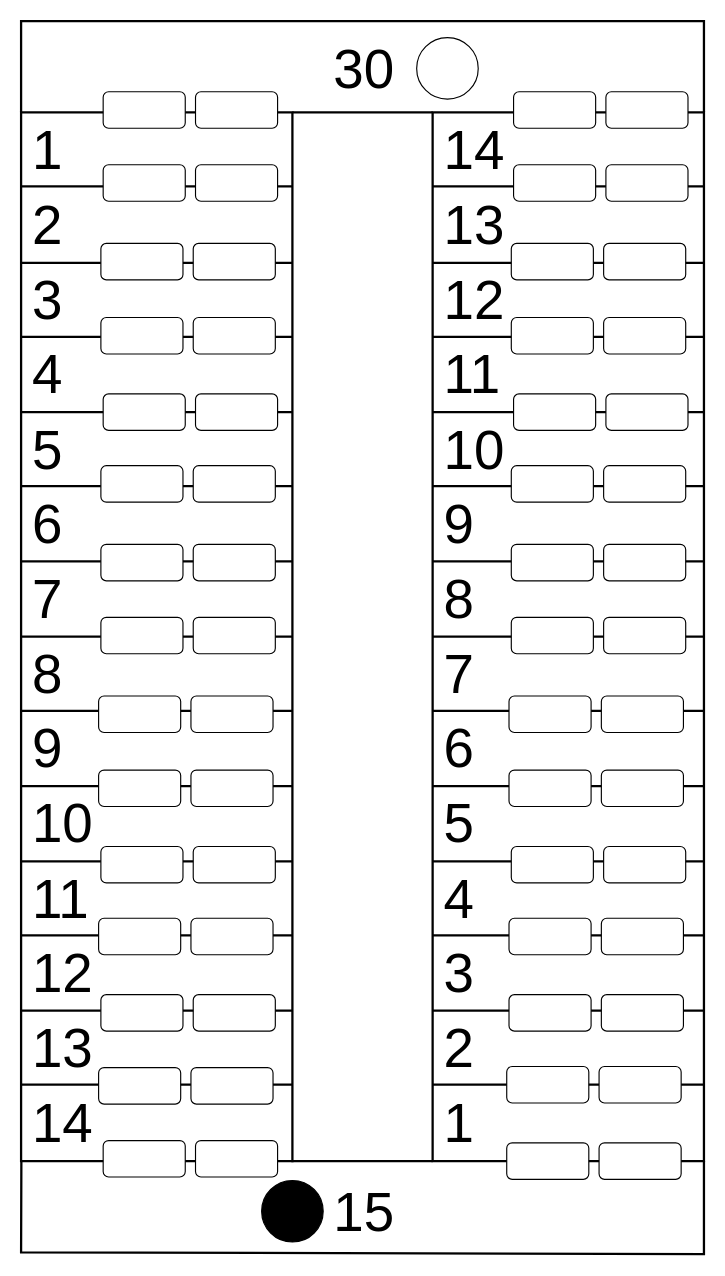
The draw.io diagram page "A REAL MONTH" (1 of 26) of pentasys-calendar-format-1.drawio in appsparkler/draw.io, before the edit. Source tidied: cells renumbered, new cells numbered last; positions are measured from the earlier drawing's top-left corner, leaving out a move shared by most shapes. Both pictures are drawn from the tidied source at 114%, with x=0, y=0 at pixel (21, 21).
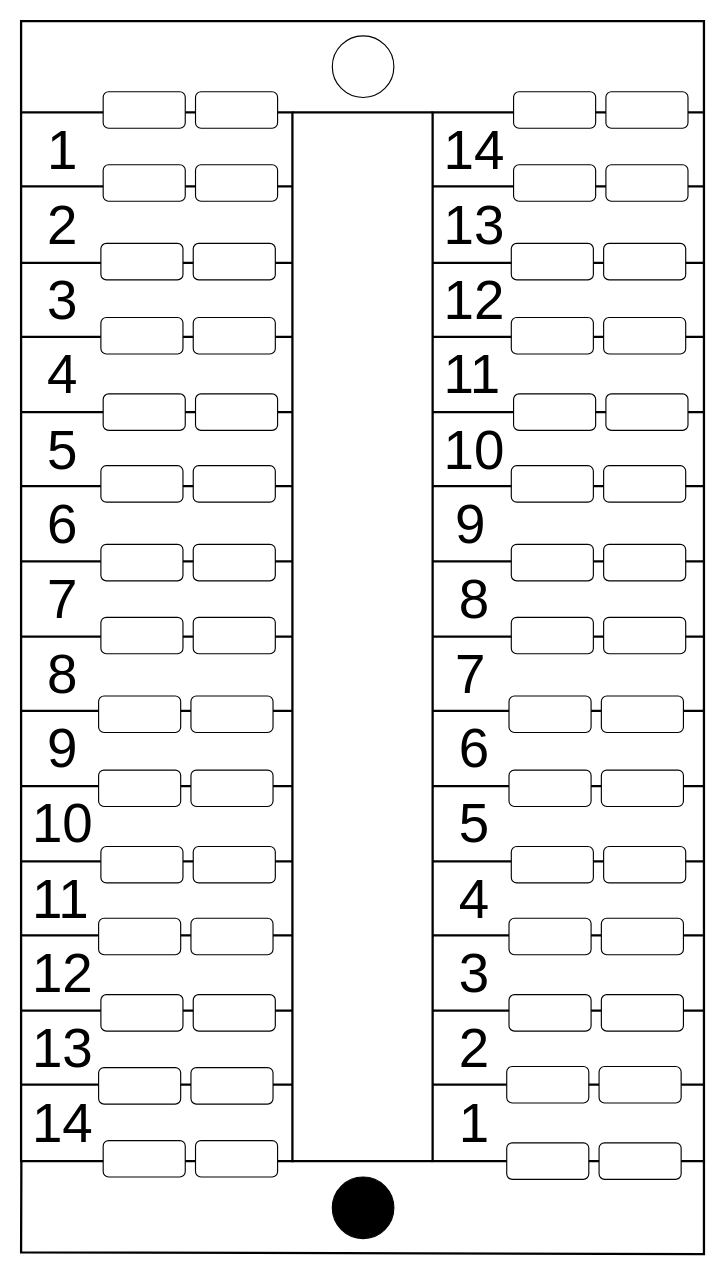
Above is the later version.

Unchanged cells that the change refers to:
```xml
<mxCell id="3" style="shape=tableRow;horizontal=0;startSize=0;swimlaneHead=0;swimlaneBody=0;strokeColor=inherit;top=0;left=0;bottom=0;right=0;fillColor=none;points=[[0,0.5],[1,0.5]];portConstraint=eastwest;fixedHeader=1;" parent="2" vertex="1">
  <mxGeometry width="238" height="65" as="geometry" />
</mxCell>
<mxCell id="5" style="shape=tableRow;horizontal=0;startSize=0;swimlaneHead=0;swimlaneBody=0;strokeColor=inherit;top=0;left=0;bottom=0;right=0;fillColor=none;fixedHeader=1;" parent="2" vertex="1">
  <mxGeometry y="65" width="238" height="67" as="geometry" />
</mxCell>
<mxCell id="7" style="shape=tableRow;horizontal=0;startSize=0;swimlaneHead=0;swimlaneBody=0;strokeColor=inherit;top=0;left=0;bottom=0;right=0;fillColor=none;fixedHeader=1;" parent="2" vertex="1">
  <mxGeometry y="132" width="238" height="65" as="geometry" />
</mxCell>
<mxCell id="9" style="shape=tableRow;horizontal=0;startSize=0;swimlaneHead=0;swimlaneBody=0;strokeColor=inherit;top=0;left=0;bottom=0;right=0;fillColor=none;fixedHeader=1;" parent="2" vertex="1">
  <mxGeometry y="197" width="238" height="66" as="geometry" />
</mxCell>
<mxCell id="11" style="shape=tableRow;horizontal=0;startSize=0;swimlaneHead=0;swimlaneBody=0;strokeColor=inherit;top=0;left=0;bottom=0;right=0;fillColor=none;fixedHeader=1;" parent="2" vertex="1">
  <mxGeometry y="263" width="238" height="65" as="geometry" />
</mxCell>
<mxCell id="13" style="shape=tableRow;horizontal=0;startSize=0;swimlaneHead=0;swimlaneBody=0;strokeColor=inherit;top=0;left=0;bottom=0;right=0;fillColor=none;fixedHeader=1;" parent="2" vertex="1">
  <mxGeometry y="328" width="238" height="66" as="geometry" />
</mxCell>
<mxCell id="15" style="shape=tableRow;horizontal=0;startSize=0;swimlaneHead=0;swimlaneBody=0;strokeColor=inherit;top=0;left=0;bottom=0;right=0;fillColor=none;fixedHeader=1;" parent="2" vertex="1">
  <mxGeometry y="394" width="238" height="66" as="geometry" />
</mxCell>
<mxCell id="17" style="shape=tableRow;horizontal=0;startSize=0;swimlaneHead=0;swimlaneBody=0;strokeColor=inherit;top=0;left=0;bottom=0;right=0;fillColor=none;fixedHeader=1;" parent="2" vertex="1">
  <mxGeometry y="460" width="238" height="65" as="geometry" />
</mxCell>
<mxCell id="19" style="shape=tableRow;horizontal=0;startSize=0;swimlaneHead=0;swimlaneBody=0;strokeColor=inherit;top=0;left=0;bottom=0;right=0;fillColor=none;fixedHeader=1;" parent="2" vertex="1">
  <mxGeometry y="525" width="238" height="66" as="geometry" />
</mxCell>
<mxCell id="42" style="shape=tableRow;horizontal=0;startSize=0;swimlaneHead=0;swimlaneBody=0;strokeColor=inherit;top=0;left=0;bottom=0;right=0;fillColor=none;fixedHeader=1;" parent="31" vertex="1">
  <mxGeometry y="328" width="238" height="66" as="geometry" />
</mxCell>
<mxCell id="44" style="shape=tableRow;horizontal=0;startSize=0;swimlaneHead=0;swimlaneBody=0;strokeColor=inherit;top=0;left=0;bottom=0;right=0;fillColor=none;fixedHeader=1;" parent="31" vertex="1">
  <mxGeometry y="394" width="238" height="66" as="geometry" />
</mxCell>
<mxCell id="46" style="shape=tableRow;horizontal=0;startSize=0;swimlaneHead=0;swimlaneBody=0;strokeColor=inherit;top=0;left=0;bottom=0;right=0;fillColor=none;fixedHeader=1;" parent="31" vertex="1">
  <mxGeometry y="460" width="238" height="65" as="geometry" />
</mxCell>
<mxCell id="48" style="shape=tableRow;horizontal=0;startSize=0;swimlaneHead=0;swimlaneBody=0;strokeColor=inherit;top=0;left=0;bottom=0;right=0;fillColor=none;fixedHeader=1;" parent="31" vertex="1">
  <mxGeometry y="525" width="238" height="66" as="geometry" />
</mxCell>
<mxCell id="50" style="shape=tableRow;horizontal=0;startSize=0;swimlaneHead=0;swimlaneBody=0;strokeColor=inherit;top=0;left=0;bottom=0;right=0;fillColor=none;fixedHeader=1;" parent="31" vertex="1">
  <mxGeometry y="591" width="238" height="66" as="geometry" />
</mxCell>
<mxCell id="52" style="shape=tableRow;horizontal=0;startSize=0;swimlaneHead=0;swimlaneBody=0;strokeColor=inherit;top=0;left=0;bottom=0;right=0;fillColor=none;fixedHeader=1;" parent="31" vertex="1">
  <mxGeometry y="657" width="238" height="65" as="geometry" />
</mxCell>
<mxCell id="54" style="shape=tableRow;horizontal=0;startSize=0;swimlaneHead=0;swimlaneBody=0;strokeColor=inherit;top=0;left=0;bottom=0;right=0;fillColor=none;fixedHeader=1;" parent="31" vertex="1">
  <mxGeometry y="722" width="238" height="66" as="geometry" />
</mxCell>
<mxCell id="56" style="shape=tableRow;horizontal=0;startSize=0;swimlaneHead=0;swimlaneBody=0;strokeColor=inherit;top=0;left=0;bottom=0;right=0;fillColor=none;fixedHeader=1;" parent="31" vertex="1">
  <mxGeometry y="788" width="238" height="65" as="geometry" />
</mxCell>
<mxCell id="58" style="shape=tableRow;horizontal=0;startSize=0;swimlaneHead=0;swimlaneBody=0;strokeColor=inherit;top=0;left=0;bottom=0;right=0;fillColor=none;fixedHeader=1;" parent="31" vertex="1">
  <mxGeometry y="853" width="238" height="67" as="geometry" />
</mxCell>
```

Diff of the diagram source:
```diff
@@
-    <mxCell id="4" value="&lt;div&gt;&lt;font style=&quot;font-size: 48px;&quot; face=&quot;Calistoga&quot;&gt;1&lt;/font&gt;&lt;/div&gt;" style="shape=partialRectangle;html=1;whiteSpace=wrap;strokeColor=inherit;overflow=hidden;fillColor=none;top=0;left=0;bottom=0;right=0;align=left;spacingLeft=8;" parent="3" vertex="1">
+    <mxCell id="4" value="&lt;div&gt;&lt;font style=&quot;font-size: 48px;&quot; face=&quot;Calistoga&quot;&gt;&amp;nbsp;1&lt;/font&gt;&lt;/div&gt;" style="shape=partialRectangle;html=1;whiteSpace=wrap;strokeColor=inherit;overflow=hidden;fillColor=none;top=0;left=0;bottom=0;right=0;align=left;spacingLeft=8;" parent="3" vertex="1">
       <mxGeometry width="238" height="65" as="geometry" />
     </mxCell>
@@
-    <mxCell id="6" value="&lt;div&gt;&lt;font style=&quot;font-size: 48px;&quot; face=&quot;Calistoga&quot;&gt;2&lt;/font&gt;&lt;/div&gt;" style="shape=partialRectangle;html=1;whiteSpace=wrap;strokeColor=inherit;overflow=hidden;fillColor=none;top=0;left=0;bottom=0;right=0;spacingLeft=8;align=left;" parent="5" vertex="1">
+    <mxCell id="6" value="&lt;div&gt;&lt;font style=&quot;font-size: 48px;&quot; face=&quot;Calistoga&quot;&gt;&amp;nbsp;2&lt;/font&gt;&lt;/div&gt;" style="shape=partialRectangle;html=1;whiteSpace=wrap;strokeColor=inherit;overflow=hidden;fillColor=none;top=0;left=0;bottom=0;right=0;spacingLeft=8;align=left;" parent="5" vertex="1">
       <mxGeometry width="238" height="67" as="geometry" />
     </mxCell>
@@
-    <mxCell id="8" value="&lt;div&gt;&lt;font style=&quot;font-size: 48px;&quot; face=&quot;Calistoga&quot;&gt;3&lt;/font&gt;&lt;/div&gt;" style="shape=partialRectangle;html=1;whiteSpace=wrap;strokeColor=inherit;overflow=hidden;fillColor=none;top=0;left=0;bottom=0;right=0;spacingLeft=8;align=left;" parent="7" vertex="1">
+    <mxCell id="8" value="&lt;div&gt;&lt;font style=&quot;font-size: 48px;&quot; face=&quot;Calistoga&quot;&gt;&amp;nbsp;3&lt;/font&gt;&lt;/div&gt;" style="shape=partialRectangle;html=1;whiteSpace=wrap;strokeColor=inherit;overflow=hidden;fillColor=none;top=0;left=0;bottom=0;right=0;spacingLeft=8;align=left;" parent="7" vertex="1">
       <mxGeometry width="238" height="65" as="geometry" />
     </mxCell>
@@
-    <mxCell id="10" value="&lt;div&gt;&lt;font style=&quot;font-size: 48px;&quot; face=&quot;Calistoga&quot;&gt;4&lt;/font&gt;&lt;/div&gt;" style="shape=partialRectangle;html=1;whiteSpace=wrap;strokeColor=inherit;overflow=hidden;fillColor=none;top=0;left=0;bottom=0;right=0;align=left;fontFamily=Helvetica;fontSize=12;fontColor=default;fontStyle=0;verticalAlign=middle;spacingLeft=8;" parent="9" vertex="1">
+    <mxCell id="10" value="&lt;div&gt;&lt;font style=&quot;font-size: 48px;&quot; face=&quot;Calistoga&quot;&gt;&amp;nbsp;4&lt;/font&gt;&lt;/div&gt;" style="shape=partialRectangle;html=1;whiteSpace=wrap;strokeColor=inherit;overflow=hidden;fillColor=none;top=0;left=0;bottom=0;right=0;align=left;fontFamily=Helvetica;fontSize=12;fontColor=default;fontStyle=0;verticalAlign=middle;spacingLeft=8;" parent="9" vertex="1">
       <mxGeometry width="238" height="66" as="geometry" />
     </mxCell>
@@
-    <mxCell id="12" value="&lt;div&gt;&lt;font style=&quot;font-size: 48px;&quot; face=&quot;Calistoga&quot;&gt;5&lt;/font&gt;&lt;/div&gt;" style="shape=partialRectangle;html=1;whiteSpace=wrap;strokeColor=inherit;overflow=hidden;fillColor=none;top=0;left=0;bottom=0;right=0;align=left;fontFamily=Helvetica;fontSize=12;fontColor=default;fontStyle=0;verticalAlign=middle;spacingLeft=8;" parent="11" vertex="1">
+    <mxCell id="12" value="&lt;div&gt;&lt;font style=&quot;font-size: 48px;&quot; face=&quot;Calistoga&quot;&gt;&amp;nbsp;5&lt;/font&gt;&lt;/div&gt;" style="shape=partialRectangle;html=1;whiteSpace=wrap;strokeColor=inherit;overflow=hidden;fillColor=none;top=0;left=0;bottom=0;right=0;align=left;fontFamily=Helvetica;fontSize=12;fontColor=default;fontStyle=0;verticalAlign=middle;spacingLeft=8;" parent="11" vertex="1">
       <mxGeometry width="238" height="65" as="geometry" />
     </mxCell>
@@
-    <mxCell id="14" value="&lt;div&gt;&lt;font style=&quot;font-size: 48px;&quot; face=&quot;Calistoga&quot;&gt;6&lt;/font&gt;&lt;/div&gt;" style="shape=partialRectangle;html=1;whiteSpace=wrap;strokeColor=inherit;overflow=hidden;fillColor=none;top=0;left=0;bottom=0;right=0;align=left;fontFamily=Helvetica;fontSize=12;fontColor=default;fontStyle=0;verticalAlign=middle;spacingLeft=8;" parent="13" vertex="1">
+    <mxCell id="14" value="&lt;div&gt;&lt;font style=&quot;font-size: 48px;&quot; face=&quot;Calistoga&quot;&gt;&amp;nbsp;6&lt;/font&gt;&lt;/div&gt;" style="shape=partialRectangle;html=1;whiteSpace=wrap;strokeColor=inherit;overflow=hidden;fillColor=none;top=0;left=0;bottom=0;right=0;align=left;fontFamily=Helvetica;fontSize=12;fontColor=default;fontStyle=0;verticalAlign=middle;spacingLeft=8;" parent="13" vertex="1">
       <mxGeometry width="238" height="66" as="geometry" />
     </mxCell>
@@
-    <mxCell id="16" value="&lt;div&gt;&lt;font style=&quot;font-size: 48px;&quot; face=&quot;Calistoga&quot;&gt;7&lt;/font&gt;&lt;/div&gt;" style="shape=partialRectangle;html=1;whiteSpace=wrap;strokeColor=inherit;overflow=hidden;fillColor=none;top=0;left=0;bottom=0;right=0;align=left;fontFamily=Helvetica;fontSize=12;fontColor=default;fontStyle=0;verticalAlign=middle;spacingLeft=8;" parent="15" vertex="1">
+    <mxCell id="16" value="&lt;div&gt;&lt;font style=&quot;font-size: 48px;&quot; face=&quot;Calistoga&quot;&gt;&amp;nbsp;7&lt;/font&gt;&lt;/div&gt;" style="shape=partialRectangle;html=1;whiteSpace=wrap;strokeColor=inherit;overflow=hidden;fillColor=none;top=0;left=0;bottom=0;right=0;align=left;fontFamily=Helvetica;fontSize=12;fontColor=default;fontStyle=0;verticalAlign=middle;spacingLeft=8;" parent="15" vertex="1">
       <mxGeometry width="238" height="66" as="geometry" />
     </mxCell>
@@
-    <mxCell id="18" value="&lt;div&gt;&lt;font style=&quot;font-size: 48px;&quot; face=&quot;Calistoga&quot;&gt;8&lt;/font&gt;&lt;/div&gt;" style="shape=partialRectangle;html=1;whiteSpace=wrap;strokeColor=inherit;overflow=hidden;fillColor=none;top=0;left=0;bottom=0;right=0;align=left;fontFamily=Helvetica;fontSize=12;fontColor=default;fontStyle=0;verticalAlign=middle;spacingLeft=8;" parent="17" vertex="1">
+    <mxCell id="18" value="&lt;div&gt;&lt;font style=&quot;font-size: 48px;&quot; face=&quot;Calistoga&quot;&gt;&amp;nbsp;8&lt;/font&gt;&lt;/div&gt;" style="shape=partialRectangle;html=1;whiteSpace=wrap;strokeColor=inherit;overflow=hidden;fillColor=none;top=0;left=0;bottom=0;right=0;align=left;fontFamily=Helvetica;fontSize=12;fontColor=default;fontStyle=0;verticalAlign=middle;spacingLeft=8;" parent="17" vertex="1">
       <mxGeometry width="238" height="65" as="geometry" />
     </mxCell>
@@
-    <mxCell id="20" value="&lt;div&gt;&lt;font style=&quot;font-size: 48px;&quot; face=&quot;Calistoga&quot;&gt;9&lt;/font&gt;&lt;/div&gt;" style="shape=partialRectangle;html=1;whiteSpace=wrap;strokeColor=inherit;overflow=hidden;fillColor=none;top=0;left=0;bottom=0;right=0;align=left;fontFamily=Helvetica;fontSize=12;fontColor=default;fontStyle=0;verticalAlign=middle;spacingLeft=8;" parent="19" vertex="1">
+    <mxCell id="20" value="&lt;div&gt;&lt;font style=&quot;font-size: 48px;&quot; face=&quot;Calistoga&quot;&gt;&amp;nbsp;9&lt;/font&gt;&lt;/div&gt;" style="shape=partialRectangle;html=1;whiteSpace=wrap;strokeColor=inherit;overflow=hidden;fillColor=none;top=0;left=0;bottom=0;right=0;align=left;fontFamily=Helvetica;fontSize=12;fontColor=default;fontStyle=0;verticalAlign=middle;spacingLeft=8;" parent="19" vertex="1">
       <mxGeometry width="238" height="66" as="geometry" />
     </mxCell>
@@
-    <mxCell id="43" value="&lt;font style=&quot;font-size: 48px;&quot; face=&quot;Calistoga&quot;&gt;9&lt;/font&gt;" style="shape=partialRectangle;html=1;whiteSpace=wrap;strokeColor=inherit;overflow=hidden;fillColor=none;top=0;left=0;bottom=0;right=0;fontFamily=Helvetica;fontSize=12;fontColor=default;fontStyle=0;align=left;verticalAlign=middle;spacingLeft=8;" parent="42" vertex="1">
+    <mxCell id="43" value="&amp;nbsp; &amp;nbsp;&lt;font style=&quot;font-size: 48px;&quot; face=&quot;Calistoga&quot;&gt;9&lt;/font&gt;" style="shape=partialRectangle;html=1;whiteSpace=wrap;strokeColor=inherit;overflow=hidden;fillColor=none;top=0;left=0;bottom=0;right=0;fontFamily=Helvetica;fontSize=12;fontColor=default;fontStyle=0;align=left;verticalAlign=middle;spacingLeft=8;" parent="42" vertex="1">
       <mxGeometry width="238" height="66" as="geometry" />
     </mxCell>
@@
-    <mxCell id="45" value="&lt;div&gt;&lt;font style=&quot;font-size: 48px;&quot; face=&quot;Calistoga&quot;&gt;8&lt;/font&gt;&lt;/div&gt;" style="shape=partialRectangle;html=1;whiteSpace=wrap;strokeColor=inherit;overflow=hidden;fillColor=none;top=0;left=0;bottom=0;right=0;fontFamily=Helvetica;fontSize=12;fontColor=default;fontStyle=0;align=left;verticalAlign=middle;spacingLeft=8;" parent="44" vertex="1">
+    <mxCell id="45" value="&lt;div&gt;&lt;font style=&quot;font-size: 48px;&quot; face=&quot;Calistoga&quot;&gt;&amp;nbsp;8&lt;/font&gt;&lt;/div&gt;" style="shape=partialRectangle;html=1;whiteSpace=wrap;strokeColor=inherit;overflow=hidden;fillColor=none;top=0;left=0;bottom=0;right=0;fontFamily=Helvetica;fontSize=12;fontColor=default;fontStyle=0;align=left;verticalAlign=middle;spacingLeft=8;" parent="44" vertex="1">
       <mxGeometry width="238" height="66" as="geometry" />
     </mxCell>
@@
-    <mxCell id="47" value="&lt;font style=&quot;font-size: 48px;&quot; face=&quot;Calistoga&quot;&gt;7&lt;/font&gt;" style="shape=partialRectangle;html=1;whiteSpace=wrap;strokeColor=inherit;overflow=hidden;fillColor=none;top=0;left=0;bottom=0;right=0;fontFamily=Helvetica;fontSize=12;fontColor=default;fontStyle=0;align=left;verticalAlign=middle;spacingLeft=8;" parent="46" vertex="1">
+    <mxCell id="47" value="&amp;nbsp; &amp;nbsp;&lt;font style=&quot;font-size: 48px;&quot; face=&quot;Calistoga&quot;&gt;7&lt;/font&gt;" style="shape=partialRectangle;html=1;whiteSpace=wrap;strokeColor=inherit;overflow=hidden;fillColor=none;top=0;left=0;bottom=0;right=0;fontFamily=Helvetica;fontSize=12;fontColor=default;fontStyle=0;align=left;verticalAlign=middle;spacingLeft=8;" parent="46" vertex="1">
       <mxGeometry width="238" height="65" as="geometry" />
     </mxCell>
@@
-    <mxCell id="49" value="&lt;font style=&quot;font-size: 48px;&quot; face=&quot;Calistoga&quot;&gt;6&lt;/font&gt;" style="shape=partialRectangle;html=1;whiteSpace=wrap;strokeColor=inherit;overflow=hidden;fillColor=none;top=0;left=0;bottom=0;right=0;fontFamily=Helvetica;fontSize=12;fontColor=default;fontStyle=0;align=left;verticalAlign=middle;spacingLeft=8;" parent="48" vertex="1">
+    <mxCell id="49" value="&lt;font style=&quot;font-size: 48px;&quot; face=&quot;Calistoga&quot;&gt;&amp;nbsp;6&lt;/font&gt;" style="shape=partialRectangle;html=1;whiteSpace=wrap;strokeColor=inherit;overflow=hidden;fillColor=none;top=0;left=0;bottom=0;right=0;fontFamily=Helvetica;fontSize=12;fontColor=default;fontStyle=0;align=left;verticalAlign=middle;spacingLeft=8;" parent="48" vertex="1">
       <mxGeometry width="238" height="66" as="geometry" />
     </mxCell>
@@
-    <mxCell id="51" value="&lt;div&gt;&lt;font style=&quot;font-size: 48px;&quot; face=&quot;Calistoga&quot;&gt;5&lt;/font&gt;&lt;/div&gt;" style="shape=partialRectangle;html=1;whiteSpace=wrap;strokeColor=inherit;overflow=hidden;fillColor=none;top=0;left=0;bottom=0;right=0;fontFamily=Helvetica;fontSize=12;fontColor=default;fontStyle=0;align=left;verticalAlign=middle;spacingLeft=8;" parent="50" vertex="1">
+    <mxCell id="51" value="&lt;div&gt;&lt;font style=&quot;font-size: 48px;&quot; face=&quot;Calistoga&quot;&gt;&amp;nbsp;5&lt;/font&gt;&lt;/div&gt;" style="shape=partialRectangle;html=1;whiteSpace=wrap;strokeColor=inherit;overflow=hidden;fillColor=none;top=0;left=0;bottom=0;right=0;fontFamily=Helvetica;fontSize=12;fontColor=default;fontStyle=0;align=left;verticalAlign=middle;spacingLeft=8;" parent="50" vertex="1">
       <mxGeometry width="238" height="66" as="geometry" />
     </mxCell>
@@
-    <mxCell id="53" value="&lt;div&gt;&lt;font style=&quot;font-size: 48px;&quot; face=&quot;Calistoga&quot;&gt;4&lt;/font&gt;&lt;/div&gt;" style="shape=partialRectangle;html=1;whiteSpace=wrap;strokeColor=inherit;overflow=hidden;fillColor=none;top=0;left=0;bottom=0;right=0;fontFamily=Helvetica;fontSize=12;fontColor=default;fontStyle=0;align=left;verticalAlign=middle;spacingLeft=8;" parent="52" vertex="1">
+    <mxCell id="53" value="&lt;div&gt;&lt;font style=&quot;font-size: 48px;&quot; face=&quot;Calistoga&quot;&gt;&amp;nbsp;4&lt;/font&gt;&lt;/div&gt;" style="shape=partialRectangle;html=1;whiteSpace=wrap;strokeColor=inherit;overflow=hidden;fillColor=none;top=0;left=0;bottom=0;right=0;fontFamily=Helvetica;fontSize=12;fontColor=default;fontStyle=0;align=left;verticalAlign=middle;spacingLeft=8;" parent="52" vertex="1">
       <mxGeometry width="238" height="65" as="geometry" />
     </mxCell>
@@
-    <mxCell id="55" value="&lt;div&gt;&lt;font style=&quot;font-size: 48px;&quot; face=&quot;Calistoga&quot;&gt;3&lt;/font&gt;&lt;/div&gt;" style="shape=partialRectangle;html=1;whiteSpace=wrap;strokeColor=inherit;overflow=hidden;fillColor=none;top=0;left=0;bottom=0;right=0;fontFamily=Helvetica;fontSize=12;fontColor=default;fontStyle=0;align=left;verticalAlign=middle;spacingLeft=8;" parent="54" vertex="1">
+    <mxCell id="55" value="&lt;div&gt;&lt;font style=&quot;font-size: 48px;&quot; face=&quot;Calistoga&quot;&gt;&amp;nbsp;3&lt;/font&gt;&lt;/div&gt;" style="shape=partialRectangle;html=1;whiteSpace=wrap;strokeColor=inherit;overflow=hidden;fillColor=none;top=0;left=0;bottom=0;right=0;fontFamily=Helvetica;fontSize=12;fontColor=default;fontStyle=0;align=left;verticalAlign=middle;spacingLeft=8;" parent="54" vertex="1">
       <mxGeometry width="238" height="66" as="geometry" />
     </mxCell>
@@
-    <mxCell id="57" value="&lt;div&gt;&lt;font style=&quot;font-size: 48px;&quot; face=&quot;Calistoga&quot;&gt;2&lt;/font&gt;&lt;/div&gt;" style="shape=partialRectangle;html=1;whiteSpace=wrap;strokeColor=inherit;overflow=hidden;fillColor=none;top=0;left=0;bottom=0;right=0;fontFamily=Helvetica;fontSize=12;fontColor=default;fontStyle=0;align=left;verticalAlign=middle;spacingLeft=8;" parent="56" vertex="1">
+    <mxCell id="57" value="&lt;div&gt;&lt;font style=&quot;font-size: 48px;&quot; face=&quot;Calistoga&quot;&gt;&amp;nbsp;2&lt;/font&gt;&lt;/div&gt;" style="shape=partialRectangle;html=1;whiteSpace=wrap;strokeColor=inherit;overflow=hidden;fillColor=none;top=0;left=0;bottom=0;right=0;fontFamily=Helvetica;fontSize=12;fontColor=default;fontStyle=0;align=left;verticalAlign=middle;spacingLeft=8;" parent="56" vertex="1">
       <mxGeometry width="238" height="65" as="geometry" />
     </mxCell>
@@
-    <mxCell id="59" value="&lt;div&gt;&lt;font style=&quot;font-size: 48px;&quot; face=&quot;Calistoga&quot;&gt;1&lt;/font&gt;&lt;/div&gt;" style="shape=partialRectangle;html=1;whiteSpace=wrap;strokeColor=inherit;overflow=hidden;fillColor=none;top=0;left=0;bottom=0;right=0;fontFamily=Helvetica;fontSize=12;fontColor=default;fontStyle=0;align=left;verticalAlign=middle;spacingLeft=8;" parent="58" vertex="1">
+    <mxCell id="59" value="&lt;div&gt;&lt;font style=&quot;font-size: 48px;&quot; face=&quot;Calistoga&quot;&gt;&amp;nbsp;1&lt;/font&gt;&lt;/div&gt;" style="shape=partialRectangle;html=1;whiteSpace=wrap;strokeColor=inherit;overflow=hidden;fillColor=none;top=0;left=0;bottom=0;right=0;fontFamily=Helvetica;fontSize=12;fontColor=default;fontStyle=0;align=left;verticalAlign=middle;spacingLeft=8;" parent="58" vertex="1">
       <mxGeometry width="238" height="67" as="geometry" />
     </mxCell>
@@
-    <mxCell id="64" value="&lt;div style=&quot;line-height: 70%;&quot;&gt;&lt;div&gt;&lt;font style=&quot;line-height: 70%; font-size: 48px;&quot; face=&quot;Calistoga&quot;&gt;30&lt;/font&gt;&lt;/div&gt;&lt;/div&gt;" style="text;html=1;whiteSpace=wrap;strokeColor=none;fillColor=none;align=center;verticalAlign=middle;rounded=0;" parent="1" vertex="1">
-      <mxGeometry x="201" y="21" width="200" height="41" as="geometry" />
-    </mxCell>
@@
-    <mxCell id="125" value="&lt;div&gt;&lt;font style=&quot;font-size: 48px;&quot; face=&quot;Calistoga&quot;&gt;15&lt;/font&gt;&lt;/div&gt;" style="text;html=1;whiteSpace=wrap;strokeColor=none;fillColor=none;align=center;verticalAlign=middle;rounded=0;rotation=0;" parent="1" vertex="1">
-      <mxGeometry x="265" y="1018" width="72" height="54" as="geometry" />
-    </mxCell>
     <mxCell id="126" style="ellipse;whiteSpace=wrap;html=1;shapeInside=1;" parent="1" vertex="1">
-      <mxGeometry x="347" y="14.5" width="54" height="54" as="geometry" />
+      <mxGeometry x="273" y="13" width="54" height="54" as="geometry" />
     </mxCell>
     <mxCell id="127" style="ellipse;whiteSpace=wrap;html=1;shapeInside=1;fillColor=light-dark(#000000,#000000);" parent="1" vertex="1">
-      <mxGeometry x="211" y="1017" width="54" height="54" as="geometry" />
+      <mxGeometry x="273" y="1014" width="54" height="54" as="geometry" />
     </mxCell>
```
